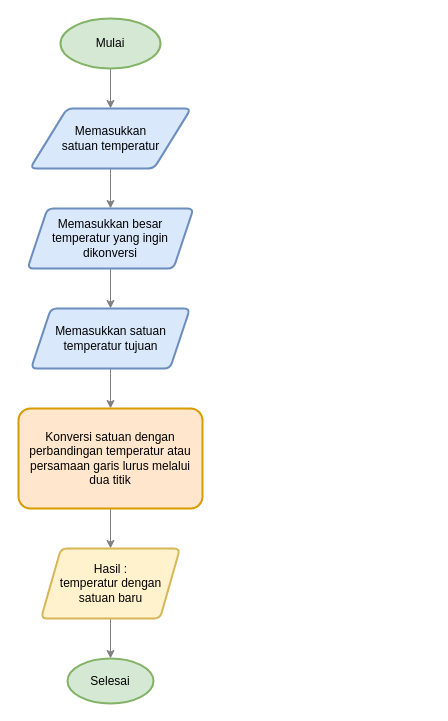
dinagoethe/matlab keeps this draw.io diagram as week1_problem1.drawio. Above is the earlier version. Source tidied: cells renumbered, new cells numbered last; positions are measured from the earlier drawing's top-left corner, leaving out a move shared by most shapes. Both pictures are drawn from the tidied source at 100%, with x=0, y=0 at pixel (18, 18).
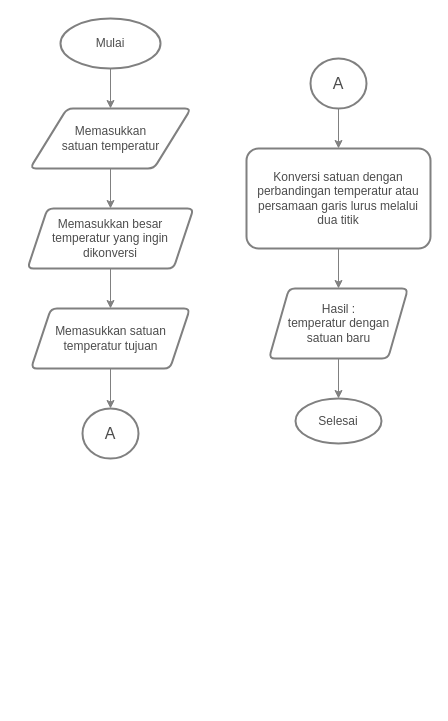
After the change.

The edit, as a diff of the source:
```diff
@@
 <mxGraphModel>
   <root>
     <mxCell id="0" />
     <mxCell id="1" parent="0" />
-    <mxCell id="2" style="edgeStyle=orthogonalEdgeStyle;rounded=0;jettySize=auto;html=1;strokeColor=#808080;fontColor=#4D4D4D;fillColor=#76608a;" parent="1" edge="1" source="3" target="5">
+    <mxCell id="2" style="edgeStyle=orthogonalEdgeStyle;rounded=0;jettySize=auto;html=1;fontColor=#4D4D4D;strokeColor=#808080;" parent="1" edge="1" source="3" target="5">
       <mxGeometry relative="1" as="geometry" />
     </mxCell>
-    <mxCell id="3" value="Mulai" style="strokeWidth=2;html=1;shape=mxgraph.flowchart.start_2;whiteSpace=wrap;strokeColor=#82b366;fillColor=#d5e8d4;" parent="1" vertex="1">
+    <mxCell id="3" value="Mulai" style="strokeWidth=2;html=1;shape=mxgraph.flowchart.start_2;whiteSpace=wrap;strokeColor=#808080;fontColor=#4D4D4D;" parent="1" vertex="1">
       <mxGeometry x="42" width="100" height="50" as="geometry" />
     </mxCell>
-    <mxCell id="4" style="edgeStyle=orthogonalEdgeStyle;rounded=0;jettySize=auto;html=1;strokeColor=#808080;fontColor=#4D4D4D;" parent="1" edge="1" source="5" target="7">
+    <mxCell id="4" style="edgeStyle=orthogonalEdgeStyle;rounded=0;jettySize=auto;html=1;fontColor=#4D4D4D;strokeColor=#808080;" parent="1" edge="1" source="5" target="7">
       <mxGeometry relative="1" as="geometry" />
     </mxCell>
-    <mxCell id="5" value="Memasukkan &lt;br&gt;satuan temperatur" style="shape=parallelogram;html=1;strokeWidth=2;perimeter=parallelogramPerimeter;whiteSpace=wrap;rounded=1;arcSize=12;size=0.23;strokeColor=#6c8ebf;fillColor=#dae8fc;" parent="1" vertex="1">
+    <mxCell id="5" value="Memasukkan &lt;br&gt;satuan temperatur" style="shape=parallelogram;html=1;strokeWidth=2;perimeter=parallelogramPerimeter;whiteSpace=wrap;rounded=1;arcSize=12;size=0.23;strokeColor=#808080;fontColor=#4D4D4D;" parent="1" vertex="1">
       <mxGeometry x="11.5" y="90" width="161" height="60" as="geometry" />
     </mxCell>
-    <mxCell id="6" style="edgeStyle=orthogonalEdgeStyle;rounded=0;jettySize=auto;html=1;strokeColor=#808080;fontColor=#4D4D4D;" parent="1" edge="1" source="7" target="9">
+    <mxCell id="6" style="edgeStyle=orthogonalEdgeStyle;rounded=0;jettySize=auto;html=1;fontColor=#4D4D4D;strokeColor=#808080;" parent="1" edge="1" source="7" target="9">
       <mxGeometry relative="1" as="geometry" />
     </mxCell>
-    <mxCell id="7" value="Memasukkan besar temperatur yang ingin dikonversi" style="shape=parallelogram;perimeter=parallelogramPerimeter;whiteSpace=wrap;html=1;fixedSize=1;strokeWidth=2;rounded=1;arcSize=12;shadow=0;strokeColor=#6c8ebf;fillColor=#dae8fc;" parent="1" vertex="1">
+    <mxCell id="7" value="Memasukkan besar temperatur yang ingin dikonversi" style="shape=parallelogram;perimeter=parallelogramPerimeter;whiteSpace=wrap;html=1;fixedSize=1;strokeWidth=2;rounded=1;arcSize=12;shadow=0;strokeColor=#808080;fontColor=#4D4D4D;" parent="1" vertex="1">
       <mxGeometry x="9" y="190" width="166" height="60" as="geometry" />
     </mxCell>
-    <mxCell id="8" style="edgeStyle=orthogonalEdgeStyle;rounded=0;jettySize=auto;html=1;strokeColor=#808080;fontColor=#4D4D4D;" parent="1" edge="1" source="9" target="11">
-      <mxGeometry relative="1" as="geometry" />
-    </mxCell>
+    <mxCell id="15" style="edgeStyle=orthogonalEdgeStyle;rounded=0;jettySize=auto;html=1;strokeColor=#808080;" parent="1" edge="1" source="9" target="16">
+      <mxGeometry relative="1" as="geometry" />
+    </mxCell>
-    <mxCell id="9" value="Memasukkan satuan temperatur tujuan" style="shape=parallelogram;perimeter=parallelogramPerimeter;whiteSpace=wrap;html=1;fixedSize=1;strokeWidth=2;rounded=1;arcSize=12;strokeColor=#6c8ebf;fillColor=#dae8fc;" parent="1" vertex="1">
+    <mxCell id="9" value="Memasukkan satuan temperatur tujuan" style="shape=parallelogram;perimeter=parallelogramPerimeter;whiteSpace=wrap;html=1;fixedSize=1;strokeWidth=2;rounded=1;arcSize=12;strokeColor=#808080;fontColor=#4D4D4D;" parent="1" vertex="1">
       <mxGeometry x="12.5" y="290" width="159" height="60" as="geometry" />
     </mxCell>
-    <mxCell id="10" style="edgeStyle=orthogonalEdgeStyle;rounded=0;jettySize=auto;html=1;strokeColor=#808080;fontColor=#4D4D4D;" parent="1" edge="1" source="11" target="13">
+    <mxCell id="10" style="edgeStyle=orthogonalEdgeStyle;rounded=0;jettySize=auto;html=1;fontColor=#4D4D4D;strokeColor=#808080;" parent="1" edge="1" source="11" target="13">
       <mxGeometry relative="1" as="geometry" />
     </mxCell>
-    <mxCell id="11" value="Konversi satuan dengan perbandingan temperatur atau persamaan garis lurus melalui dua titik" style="whiteSpace=wrap;html=1;strokeWidth=2;rounded=1;arcSize=12;strokeColor=#d79b00;fillColor=#ffe6cc;" parent="1" vertex="1">
-      <mxGeometry y="390" width="184" height="100" as="geometry" />
+    <mxCell id="11" value="Konversi satuan dengan perbandingan temperatur atau persamaan garis lurus melalui dua titik" style="whiteSpace=wrap;html=1;strokeWidth=2;rounded=1;arcSize=12;strokeColor=#808080;fontColor=#4D4D4D;" parent="1" vertex="1">
+      <mxGeometry x="228" y="130" width="184" height="100" as="geometry" />
     </mxCell>
-    <mxCell id="12" style="edgeStyle=orthogonalEdgeStyle;rounded=0;jettySize=auto;html=1;strokeColor=#808080;fontColor=#4D4D4D;" parent="1" edge="1" source="13" target="14">
+    <mxCell id="12" style="edgeStyle=orthogonalEdgeStyle;rounded=0;jettySize=auto;html=1;fontColor=#4D4D4D;strokeColor=#808080;" parent="1" edge="1" source="13" target="14">
       <mxGeometry relative="1" as="geometry" />
     </mxCell>
-    <mxCell id="13" value="Hasil : &lt;br&gt;temperatur dengan satuan baru" style="shape=parallelogram;perimeter=parallelogramPerimeter;whiteSpace=wrap;html=1;fixedSize=1;strokeWidth=2;rounded=1;arcSize=12;strokeColor=#d6b656;fillColor=#fff2cc;" parent="1" vertex="1">
-      <mxGeometry x="22.5" y="530" width="139" height="70" as="geometry" />
+    <mxCell id="13" value="Hasil : &lt;br&gt;temperatur dengan satuan baru" style="shape=parallelogram;perimeter=parallelogramPerimeter;whiteSpace=wrap;html=1;fixedSize=1;strokeWidth=2;rounded=1;arcSize=12;strokeColor=#808080;fontColor=#4D4D4D;" parent="1" vertex="1">
+      <mxGeometry x="250.5" y="270" width="139" height="70" as="geometry" />
     </mxCell>
-    <mxCell id="14" value="Selesai" style="ellipse;whiteSpace=wrap;html=1;strokeWidth=2;rounded=1;arcSize=12;strokeColor=#82b366;fillColor=#d5e8d4;" parent="1" vertex="1">
-      <mxGeometry x="49" y="640" width="86" height="45" as="geometry" />
+    <mxCell id="14" value="Selesai" style="ellipse;whiteSpace=wrap;html=1;strokeWidth=2;rounded=1;arcSize=12;strokeColor=#808080;fontColor=#4D4D4D;" parent="1" vertex="1">
+      <mxGeometry x="277" y="380" width="86" height="45" as="geometry" />
     </mxCell>
+    <mxCell id="16" value="&lt;font style=&quot;font-size: 16px;&quot;&gt;A&lt;/font&gt;" style="ellipse;whiteSpace=wrap;html=1;strokeColor=#808080;fontColor=#4D4D4D;strokeWidth=2;rounded=1;arcSize=12;" parent="1" vertex="1">
+      <mxGeometry x="64" y="390" width="56" height="50" as="geometry" />
+    </mxCell>
+    <mxCell id="17" style="edgeStyle=orthogonalEdgeStyle;rounded=0;jettySize=auto;html=1;strokeColor=#808080;" parent="1" edge="1" source="18" target="11">
+      <mxGeometry relative="1" as="geometry" />
+    </mxCell>
+    <mxCell id="18" value="&lt;font style=&quot;font-size: 16px;&quot;&gt;A&lt;/font&gt;" style="ellipse;whiteSpace=wrap;html=1;strokeColor=#808080;fontColor=#4D4D4D;strokeWidth=2;rounded=1;arcSize=12;" parent="1" vertex="1">
+      <mxGeometry x="292" y="40" width="56" height="50" as="geometry" />
+    </mxCell>
   </root>
 </mxGraphModel>
```
